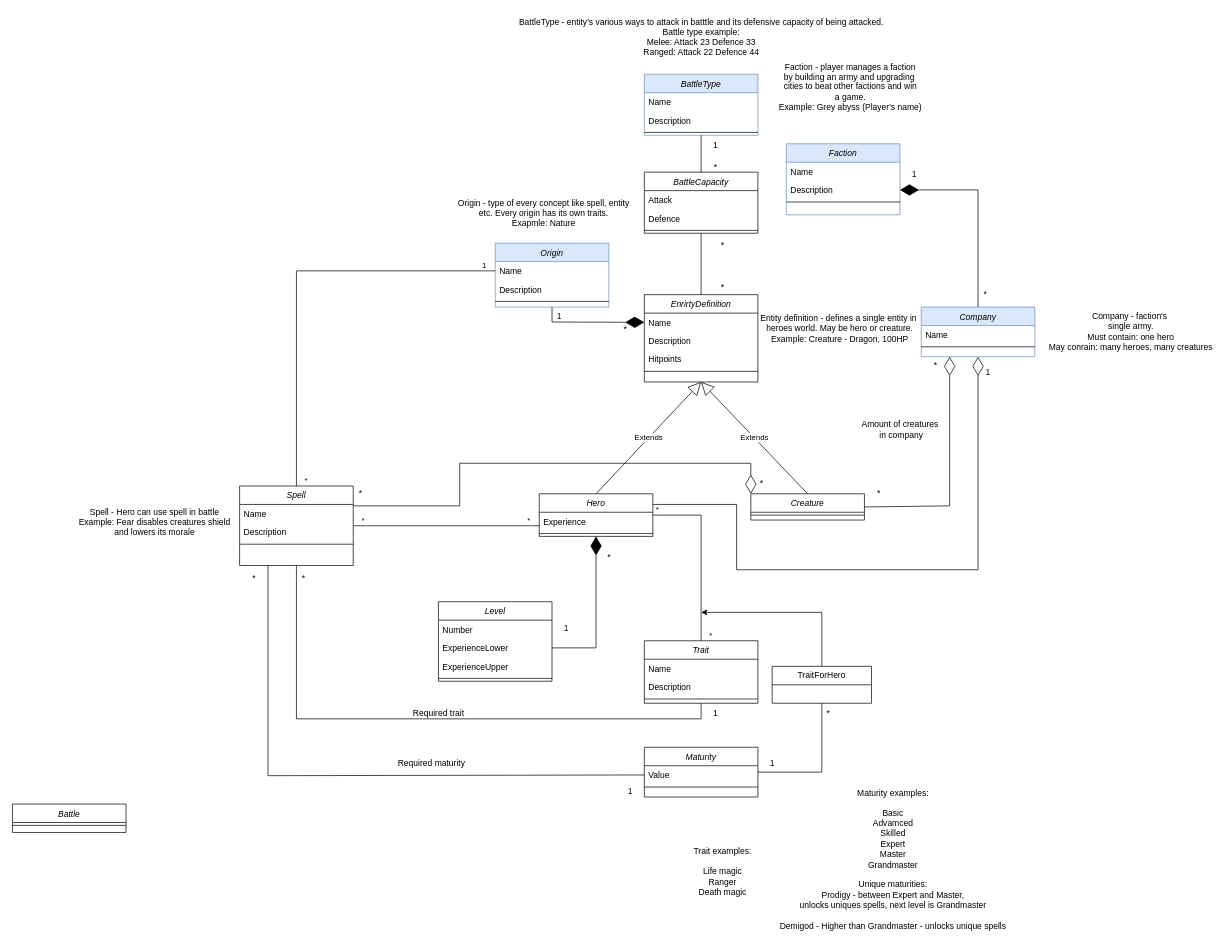
petar111/heroes-system keeps this draw.io diagram as documentation/heroes-overview.drawio. Above is the earlier version. Source tidied: cells renumbered, new cells numbered last; positions are measured from the earlier drawing's top-left corner, leaving out a move shared by most shapes. Both pictures are drawn from the tidied source at 71%, with x=0, y=0 at pixel (12, 12).
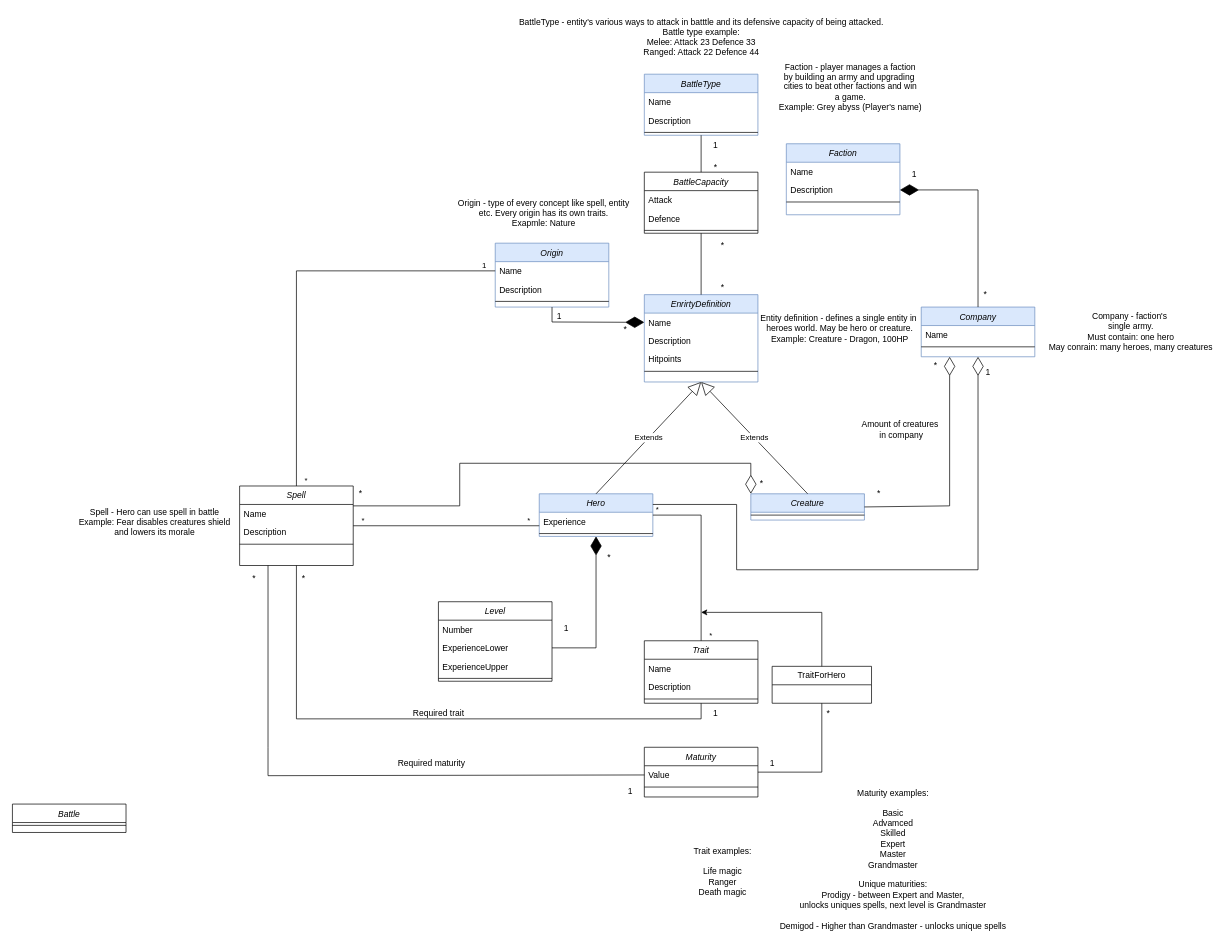
The same page after the edit.

Diff of the diagram source:
```diff
@@
-    <mxCell id="2" value="Hero" style="swimlane;fontStyle=2;align=center;verticalAlign=top;horizontal=1;startSize=26;rounded=0;shadow=0;strokeWidth=1;" parent="1" vertex="1">
+    <mxCell id="2" value="Hero" style="swimlane;fontStyle=2;align=center;verticalAlign=top;horizontal=1;startSize=26;rounded=0;shadow=0;strokeWidth=1;fillColor=#dae8fc;strokeColor=#6c8ebf;" parent="1" vertex="1">
       <mxGeometry x="742" y="678" width="160" height="60" as="geometry" />
     </mxCell>
@@
-    <mxCell id="12" value="Creature" style="swimlane;fontStyle=2;align=center;verticalAlign=top;horizontal=1;startSize=26;rounded=0;shadow=0;strokeWidth=1;" parent="1" vertex="1">
+    <mxCell id="12" value="Creature" style="swimlane;fontStyle=2;align=center;verticalAlign=top;horizontal=1;startSize=26;rounded=0;shadow=0;strokeWidth=1;fillColor=#dae8fc;strokeColor=#6c8ebf;" parent="1" vertex="1">
       <mxGeometry x="1040" y="678" width="160" height="37" as="geometry" />
     </mxCell>
@@
-    <mxCell id="53" value="EnrirtyDefinition" style="swimlane;fontStyle=2;align=center;verticalAlign=top;horizontal=1;startSize=26;rounded=0;shadow=0;strokeWidth=1;" parent="1" vertex="1">
+    <mxCell id="53" value="EnrirtyDefinition" style="swimlane;fontStyle=2;align=center;verticalAlign=top;horizontal=1;startSize=26;rounded=0;shadow=0;strokeWidth=1;fillColor=#dae8fc;strokeColor=#6c8ebf;" parent="1" vertex="1">
       <mxGeometry x="890" y="397.5" width="160" height="123" as="geometry" />
     </mxCell>
```
